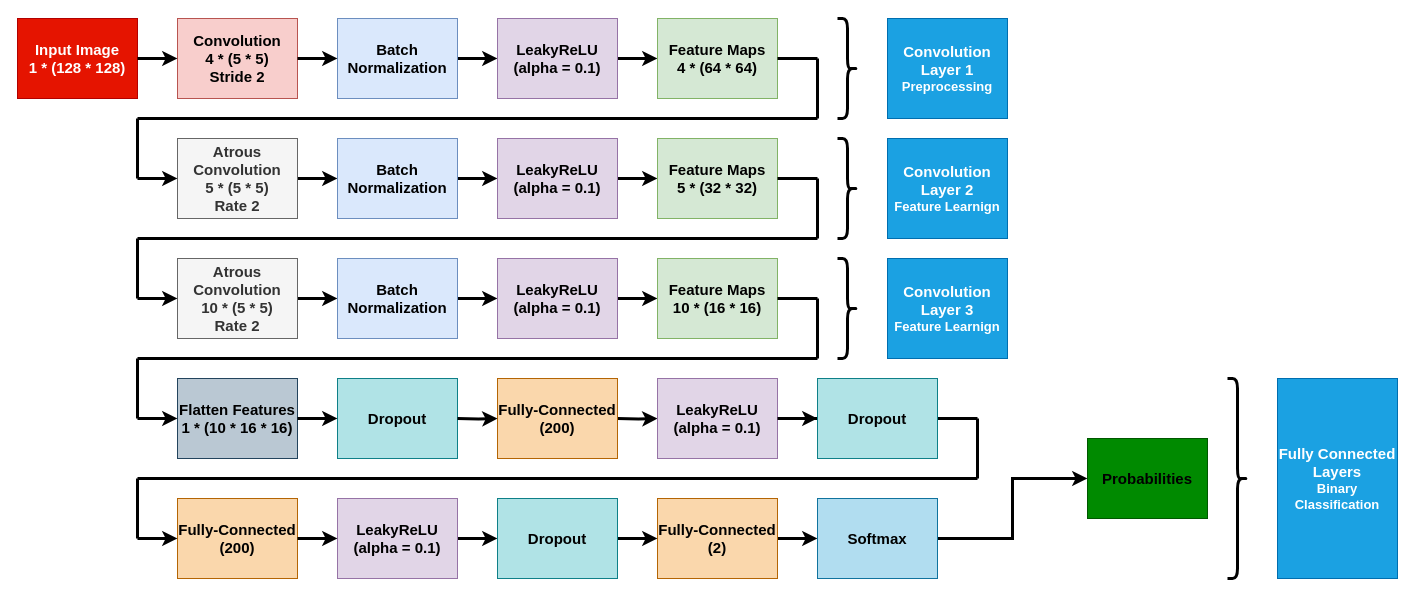
Before: page "V1.3.0" (4 of 5) of analysis/Catalyst Kernels/static/model.drawio in EmadHelmi/steganalysis, a draw.io diagram. Source tidied: cells renumbered, new cells numbered last; positions are measured from the earlier drawing's top-left corner, leaving out a move shared by most shapes. Both pictures are drawn from the tidied source at 100%, with x=0, y=0 at pixel (17, 18).
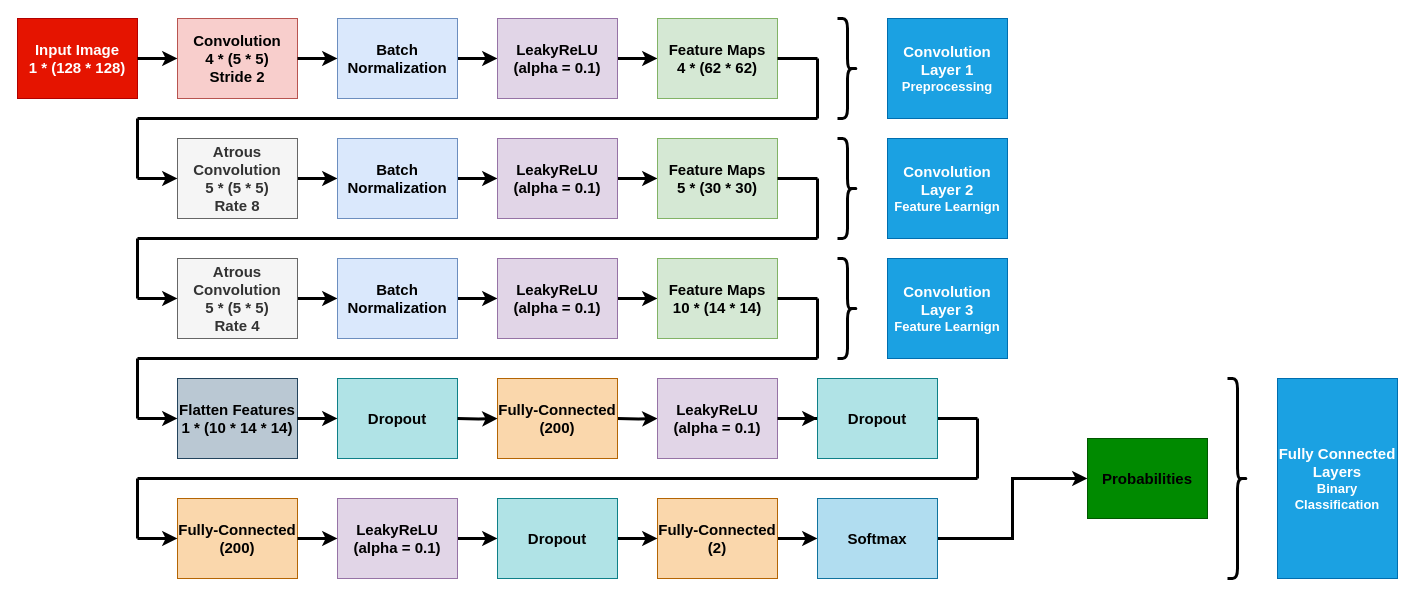
The same page after the edit.

Commit message (it also covers changes not shown here):
Add model 1.4.0, Change diagrams, Change Atrous to Conv2D

What changed in the source:
```diff
@@
-    <mxCell id="8" value="&lt;b style=&quot;font-size: 15px&quot;&gt;Feature Maps&lt;br&gt;4 * (64 * 64)&lt;/b&gt;" style="rounded=0;whiteSpace=wrap;html=1;fillColor=#d5e8d4;strokeColor=#82b366;" parent="1" vertex="1">
+    <mxCell id="8" value="&lt;b style=&quot;font-size: 15px&quot;&gt;Feature Maps&lt;br&gt;4 * (62 * 62)&lt;/b&gt;" style="rounded=0;whiteSpace=wrap;html=1;fillColor=#d5e8d4;strokeColor=#82b366;" parent="1" vertex="1">
       <mxGeometry x="640" width="120" height="80" as="geometry" />
     </mxCell>
@@
-    <mxCell id="10" value="&lt;b style=&quot;font-size: 15px&quot;&gt;Atrous&lt;br&gt;Convolution&lt;br&gt;5 * (5 * 5)&lt;br&gt;Rate 2&lt;/b&gt;" style="rounded=0;whiteSpace=wrap;html=1;fillColor=#f5f5f5;strokeColor=#666666;fontColor=#333333;" parent="1" vertex="1">
+    <mxCell id="10" value="&lt;b style=&quot;font-size: 15px&quot;&gt;Atrous&lt;br&gt;Convolution&lt;br&gt;5 * (5 * 5)&lt;br&gt;Rate 8&lt;/b&gt;" style="rounded=0;whiteSpace=wrap;html=1;fillColor=#f5f5f5;strokeColor=#666666;fontColor=#333333;" parent="1" vertex="1">
       <mxGeometry x="160" y="120" width="120" height="80" as="geometry" />
     </mxCell>
@@
-    <mxCell id="15" value="&lt;b style=&quot;font-size: 15px&quot;&gt;Feature Maps&lt;br&gt;5 * (32 * 32)&lt;/b&gt;" style="rounded=0;whiteSpace=wrap;html=1;fillColor=#d5e8d4;strokeColor=#82b366;" parent="1" vertex="1">
+    <mxCell id="15" value="&lt;b style=&quot;font-size: 15px&quot;&gt;Feature Maps&lt;br&gt;5 * (30 * 30)&lt;/b&gt;" style="rounded=0;whiteSpace=wrap;html=1;fillColor=#d5e8d4;strokeColor=#82b366;" parent="1" vertex="1">
       <mxGeometry x="640" y="120" width="120" height="80" as="geometry" />
     </mxCell>
@@
-    <mxCell id="17" value="&lt;b style=&quot;font-size: 15px&quot;&gt;Atrous&lt;br&gt;Convolution&lt;br&gt;10 * (5 * 5)&lt;br&gt;Rate&amp;nbsp;2&lt;/b&gt;" style="rounded=0;whiteSpace=wrap;html=1;fillColor=#f5f5f5;strokeColor=#666666;fontColor=#333333;" parent="1" vertex="1">
+    <mxCell id="17" value="&lt;b style=&quot;font-size: 15px&quot;&gt;Atrous&lt;br&gt;Convolution&lt;br&gt;5 * (5 * 5)&lt;br&gt;Rate 4&lt;/b&gt;" style="rounded=0;whiteSpace=wrap;html=1;fillColor=#f5f5f5;strokeColor=#666666;fontColor=#333333;" parent="1" vertex="1">
       <mxGeometry x="160" y="240" width="120" height="80" as="geometry" />
     </mxCell>
@@
-    <mxCell id="22" value="&lt;b style=&quot;font-size: 15px&quot;&gt;Feature Maps&lt;br&gt;10 * (16 * 16)&lt;/b&gt;" style="rounded=0;whiteSpace=wrap;html=1;fillColor=#d5e8d4;strokeColor=#82b366;" parent="1" vertex="1">
+    <mxCell id="22" value="&lt;b style=&quot;font-size: 15px&quot;&gt;Feature Maps&lt;br&gt;10 * (14 * 14)&lt;/b&gt;" style="rounded=0;whiteSpace=wrap;html=1;fillColor=#d5e8d4;strokeColor=#82b366;" parent="1" vertex="1">
       <mxGeometry x="640" y="240" width="120" height="80" as="geometry" />
     </mxCell>
-    <mxCell id="23" value="&lt;b style=&quot;font-size: 15px&quot;&gt;Flatten Features&lt;br&gt;1 * (10 * 16 * 16)&lt;/b&gt;" style="rounded=0;whiteSpace=wrap;html=1;fillColor=#bac8d3;strokeColor=#23445d;" parent="1" vertex="1">
+    <mxCell id="23" value="&lt;b style=&quot;font-size: 15px&quot;&gt;Flatten Features&lt;br&gt;1 * (10 * 14 * 14)&lt;/b&gt;" style="rounded=0;whiteSpace=wrap;html=1;fillColor=#bac8d3;strokeColor=#23445d;" parent="1" vertex="1">
       <mxGeometry x="160" y="360" width="120" height="80" as="geometry" />
     </mxCell>
```
